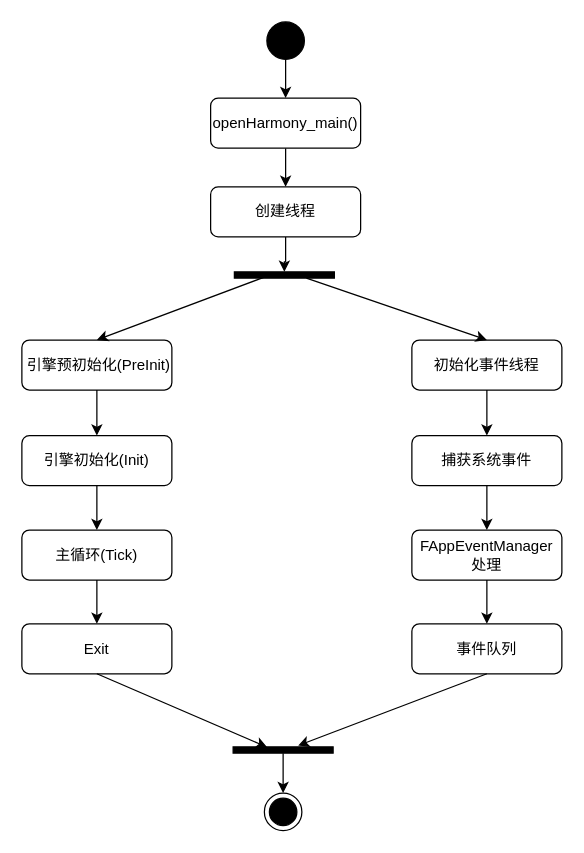
The draw.io diagram page "第 1 页" (1 of 2) of 启动流程图.drawio in xiqiniu/xiqiniu.github.io, before the edit. Source tidied: cells renumbered, new cells numbered last; positions are measured from the earlier drawing's top-left corner, leaving out a move shared by most shapes. Both pictures are drawn from the tidied source at 125%, with x=0, y=0 at pixel (21, 21).
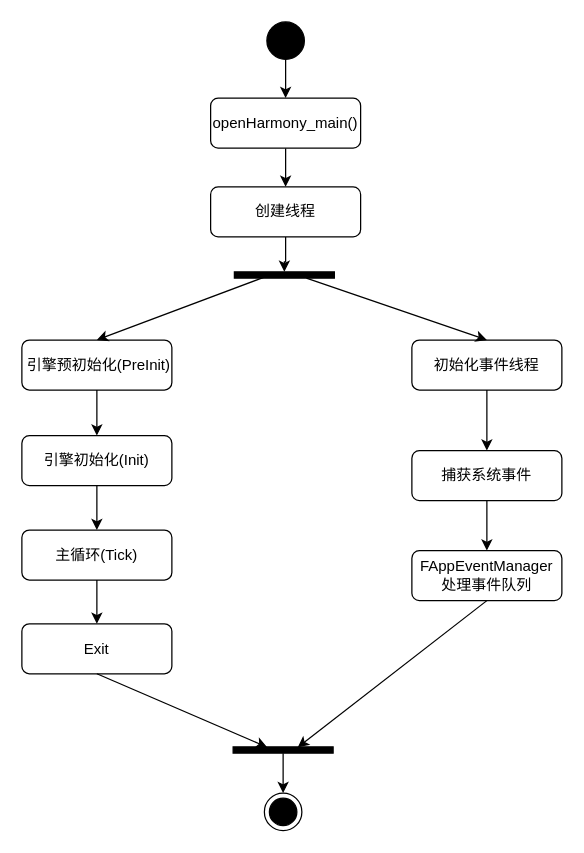
Above is the later version.

Commit message:
更新启动流程图.drawio

Unchanged cells that the change refers to:
```xml
<mxCell id="27" style="html=1;points=[];perimeter=orthogonalPerimeter;fillColor=strokeColor;direction=south;" parent="1" vertex="1">
  <mxGeometry x="169" y="580" width="80" height="5" as="geometry" />
</mxCell>
```

The edit, as a diff of the source:
```diff
@@
     <mxCell id="14" value="捕获系统事件" style="rounded=1;whiteSpace=wrap;html=1;" parent="1" vertex="1">
-      <mxGeometry x="312" y="331" width="120" height="40" as="geometry" />
+      <mxGeometry x="312" y="343" width="120" height="40" as="geometry" />
     </mxCell>
@@
-    <mxCell id="16" style="edgeStyle=orthogonalEdgeStyle;rounded=0;jettySize=auto;html=1;" parent="1" edge="1" source="17" target="18">
-      <mxGeometry relative="1" as="geometry" />
-    </mxCell>
-    <mxCell id="17" value="FAppEventManager处理" style="rounded=1;whiteSpace=wrap;html=1;" parent="1" vertex="1">
-      <mxGeometry x="312" y="406.5" width="120" height="40" as="geometry" />
+    <mxCell id="17" value="FAppEventManager处理事件队列" style="rounded=1;whiteSpace=wrap;html=1;" parent="1" vertex="1">
+      <mxGeometry x="312" y="423" width="120" height="40" as="geometry" />
     </mxCell>
-    <mxCell id="18" value="事件队列" style="rounded=1;whiteSpace=wrap;html=1;" parent="1" vertex="1">
-      <mxGeometry x="312" y="481.5" width="120" height="40" as="geometry" />
-    </mxCell>
@@
-    <mxCell id="29" style="endArrow=classic;html=1;rounded=0;exitX=0.5;exitY=1;exitDx=0;exitDy=0;" parent="1" edge="1" source="18">
-      <mxGeometry relative="1" as="geometry">
-        <mxPoint x="221" y="579" as="targetPoint" />
-      </mxGeometry>
-    </mxCell>
+    <mxCell id="30" style="endArrow=classic;html=1;rounded=0;exitX=0.5;exitY=1;exitDx=0;exitDy=0;entryX=0.067;entryY=0.354;entryDx=0;entryDy=0;entryPerimeter=0;" parent="1" edge="1" source="17" target="27">
+      <mxGeometry relative="1" as="geometry" />
+    </mxCell>
```
